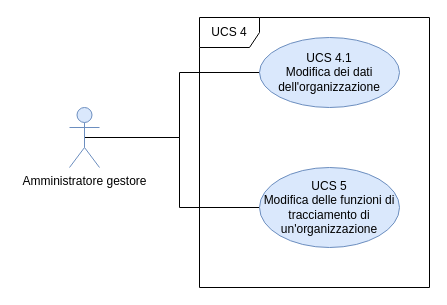
Above: DocumentazioneEsterna/AnalisiDeiRequisiti/Sezioni/UseCase/draw.io/UC SERVER/UCS 4.drawio in qb-team/Stalker-Documentazione (draw.io), before the change. Source tidied: cells renumbered, new cells numbered last; positions are measured from the earlier drawing's top-left corner, leaving out a move shared by most shapes. Both pictures are drawn from the tidied source at 100%, with x=0, y=0 at pixel (69, 17).
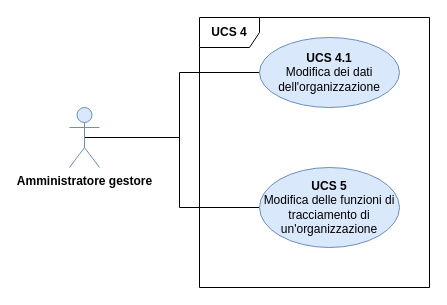
The same page after the edit.

What changed in the source:
```diff
@@
 <mxGraphModel>
   <root>
     <mxCell id="0" />
     <mxCell id="1" parent="0" />
     <mxCell id="2" style="edgeStyle=orthogonalEdgeStyle;rounded=0;jettySize=auto;html=1;entryX=0;entryY=0.5;entryDx=0;entryDy=0;endArrow=none;endFill=0;" parent="1" edge="1" source="4" target="6">
       <mxGeometry relative="1" as="geometry" />
     </mxCell>
     <mxCell id="3" style="edgeStyle=orthogonalEdgeStyle;rounded=0;jettySize=auto;html=1;entryX=0;entryY=0.5;entryDx=0;entryDy=0;exitX=0.5;exitY=0.5;exitDx=0;exitDy=0;exitPerimeter=0;endArrow=none;endFill=0;" parent="1" edge="1" source="4" target="7">
       <mxGeometry relative="1" as="geometry" />
     </mxCell>
-    <mxCell id="4" value="Amministratore gestore" style="shape=umlActor;verticalLabelPosition=bottom;labelBackgroundColor=#ffffff;verticalAlign=top;html=1;outlineConnect=0;fillColor=#dae8fc;strokeColor=#6c8ebf;" parent="1" vertex="1">
+    <mxCell id="4" value="&lt;b&gt;Amministratore gestore&lt;/b&gt;" style="shape=umlActor;verticalLabelPosition=bottom;labelBackgroundColor=#ffffff;verticalAlign=top;html=1;outlineConnect=0;fillColor=#dae8fc;strokeColor=#6c8ebf;" parent="1" vertex="1">
       <mxGeometry y="90" width="30" height="60" as="geometry" />
     </mxCell>
-    <mxCell id="5" value="UCS 4" style="shape=umlFrame;whiteSpace=wrap;html=1;" parent="1" vertex="1">
+    <mxCell id="5" value="&lt;b&gt;UCS 4&lt;/b&gt;" style="shape=umlFrame;whiteSpace=wrap;html=1;" parent="1" vertex="1">
       <mxGeometry x="130" width="230" height="270" as="geometry" />
     </mxCell>
-    <mxCell id="6" value="UCS 4.1&lt;br&gt;Modifica dei dati dell'organizzazione" style="ellipse;whiteSpace=wrap;html=1;fillColor=#dae8fc;strokeColor=#6c8ebf;" parent="1" vertex="1">
+    <mxCell id="6" value="&lt;b&gt;UCS 4.1&lt;/b&gt;&lt;br&gt;Modifica dei dati dell'organizzazione" style="ellipse;whiteSpace=wrap;html=1;fillColor=#dae8fc;strokeColor=#6c8ebf;" parent="1" vertex="1">
       <mxGeometry x="190" y="20" width="140" height="70" as="geometry" />
     </mxCell>
-    <mxCell id="7" value="UCS 5&lt;br&gt;Modifica delle funzioni di tracciamento di un'organizzazione" style="ellipse;whiteSpace=wrap;html=1;fillColor=#dae8fc;strokeColor=#6c8ebf;" parent="1" vertex="1">
+    <mxCell id="7" value="&lt;b&gt;UCS 5&lt;/b&gt;&lt;br&gt;Modifica delle funzioni di tracciamento di un'organizzazione" style="ellipse;whiteSpace=wrap;html=1;fillColor=#dae8fc;strokeColor=#6c8ebf;" parent="1" vertex="1">
       <mxGeometry x="190" y="150" width="140" height="80" as="geometry" />
     </mxCell>
   </root>
 </mxGraphModel>
```
